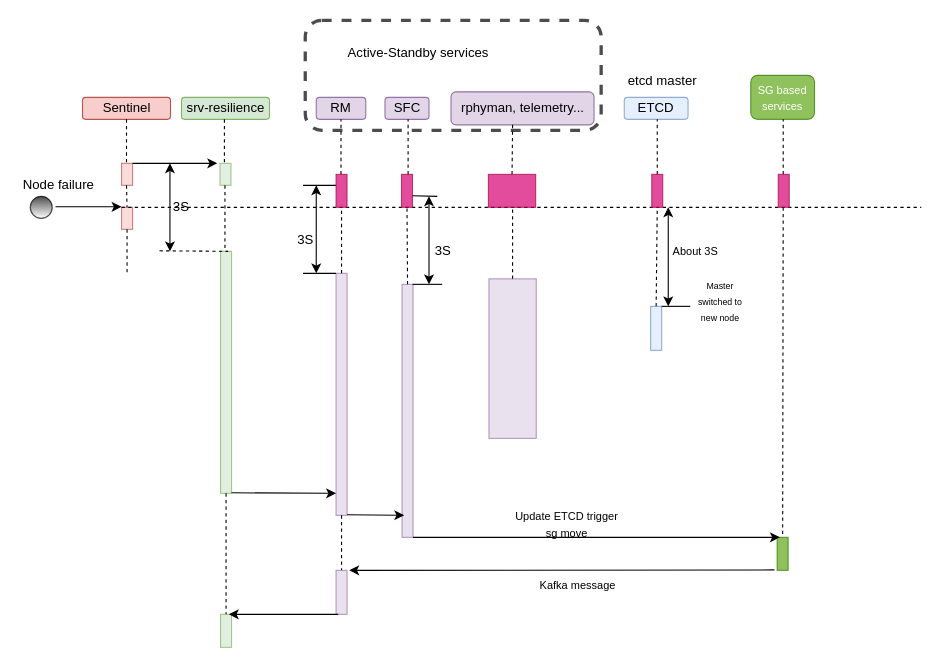
Above: Untitled Diagram.drawio in zhangwm1987/mydraw_io (draw.io), before the change. Source tidied: cells renumbered, new cells numbered last; positions are measured from the earlier drawing's top-left corner, leaving out a move shared by most shapes. Both pictures are drawn from the tidied source at 110%, with x=0, y=0 at pixel (19, 20).
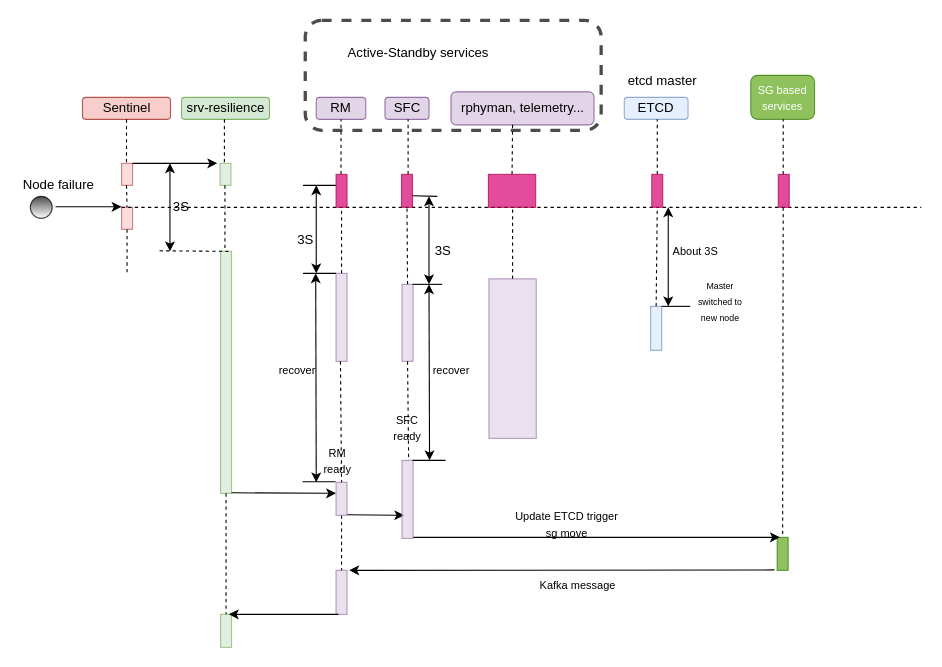
The same page after the edit.

The edit, as a diff of the source:
```diff
@@
     <mxCell id="29" style="rounded=0;whiteSpace=wrap;html=1;shadow=0;glass=0;comic=0;strokeWidth=1;fillColor=#e1d5e7;opacity=70;strokeColor=#9673a6;" parent="1" vertex="1">
-      <mxGeometry x="288" y="230" width="10" height="220" as="geometry" />
+      <mxGeometry x="288" y="230" width="10" height="80" as="geometry" />
     </mxCell>
@@
     <mxCell id="41" style="rounded=0;whiteSpace=wrap;html=1;shadow=0;glass=0;comic=0;strokeWidth=1;fillColor=#e1d5e7;opacity=70;strokeColor=#9673a6;" parent="1" vertex="1">
-      <mxGeometry x="348" y="240" width="10" height="230" as="geometry" />
+      <mxGeometry x="348" y="240" width="10" height="70" as="geometry" />
     </mxCell>
@@
+    <mxCell id="72" style="rounded=0;whiteSpace=wrap;html=1;shadow=0;glass=0;comic=0;strokeWidth=1;fillColor=#e1d5e7;opacity=70;strokeColor=#9673a6;" parent="1" vertex="1">
+      <mxGeometry x="288" y="420" width="10" height="30" as="geometry" />
+    </mxCell>
+    <mxCell id="73" style="rounded=0;whiteSpace=wrap;html=1;shadow=0;glass=0;comic=0;strokeWidth=1;fillColor=#e1d5e7;opacity=70;strokeColor=#9673a6;" parent="1" vertex="1">
+      <mxGeometry x="348" y="400" width="10" height="71" as="geometry" />
+    </mxCell>
+    <mxCell id="74" value="&lt;font style=&quot;font-size: 10px&quot;&gt;RM ready&lt;/font&gt;" style="text;html=1;strokeColor=none;fillColor=none;align=center;verticalAlign=middle;whiteSpace=wrap;rounded=0;" parent="1" vertex="1">
+      <mxGeometry x="272.5" y="390" width="33" height="20" as="geometry" />
+    </mxCell>
+    <mxCell id="75" value="&lt;font size=&quot;1&quot;&gt;SFC ready&lt;/font&gt;" style="text;html=1;strokeColor=none;fillColor=none;align=center;verticalAlign=middle;whiteSpace=wrap;rounded=0;" parent="1" vertex="1">
+      <mxGeometry x="332.5" y="360" width="40" height="20" as="geometry" />
+    </mxCell>
+    <mxCell id="76" style="endArrow=none;dashed=1;html=1;entryX=0.5;entryY=0;entryDx=0;entryDy=0;" parent="1" edge="1" target="72">
+      <mxGeometry relative="1" as="geometry">
+        <mxPoint x="292" y="310" as="sourcePoint" />
+      </mxGeometry>
+    </mxCell>
+    <mxCell id="77" style="endArrow=none;dashed=1;html=1;" parent="1" edge="1">
+      <mxGeometry relative="1" as="geometry">
+        <mxPoint x="353" y="310" as="sourcePoint" />
+        <mxPoint x="354" y="400" as="targetPoint" />
+      </mxGeometry>
+    </mxCell>
+    <mxCell id="78" style="endArrow=none;html=1;strokeColor=#000000;" parent="1" edge="1">
+      <mxGeometry relative="1" as="geometry">
+        <mxPoint x="257.5" y="419.5" as="sourcePoint" />
+        <mxPoint x="287.5" y="419.5" as="targetPoint" />
+      </mxGeometry>
+    </mxCell>
+    <mxCell id="79" style="endArrow=none;html=1;strokeColor=#000000;" parent="1" edge="1">
+      <mxGeometry relative="1" as="geometry">
+        <mxPoint x="357.5" y="400" as="sourcePoint" />
+        <mxPoint x="387.5" y="400" as="targetPoint" />
+      </mxGeometry>
+    </mxCell>
+    <mxCell id="80" style="endArrow=classic;startArrow=classic;html=1;" parent="1" edge="1">
+      <mxGeometry relative="1" as="geometry">
+        <mxPoint x="373" y="400" as="sourcePoint" />
+        <mxPoint x="372.5" y="240" as="targetPoint" />
+      </mxGeometry>
+    </mxCell>
+    <mxCell id="81" style="endArrow=classic;startArrow=classic;html=1;" parent="1" edge="1">
+      <mxGeometry relative="1" as="geometry">
+        <mxPoint x="270" y="420" as="sourcePoint" />
+        <mxPoint x="269.5" y="230" as="targetPoint" />
+      </mxGeometry>
+    </mxCell>
+    <mxCell id="82" value="&lt;font style=&quot;font-size: 10px&quot;&gt;recover&lt;/font&gt;" style="text;html=1;strokeColor=none;fillColor=none;align=center;verticalAlign=middle;whiteSpace=wrap;rounded=0;" parent="1" vertex="1">
+      <mxGeometry x="232.5" y="307.5" width="40" height="20" as="geometry" />
+    </mxCell>
+    <mxCell id="83" value="&lt;font style=&quot;font-size: 10px&quot;&gt;recover&lt;/font&gt;" style="text;html=1;strokeColor=none;fillColor=none;align=center;verticalAlign=middle;whiteSpace=wrap;rounded=0;" parent="1" vertex="1">
+      <mxGeometry x="372.5" y="307.5" width="40" height="20" as="geometry" />
+    </mxCell>
```
